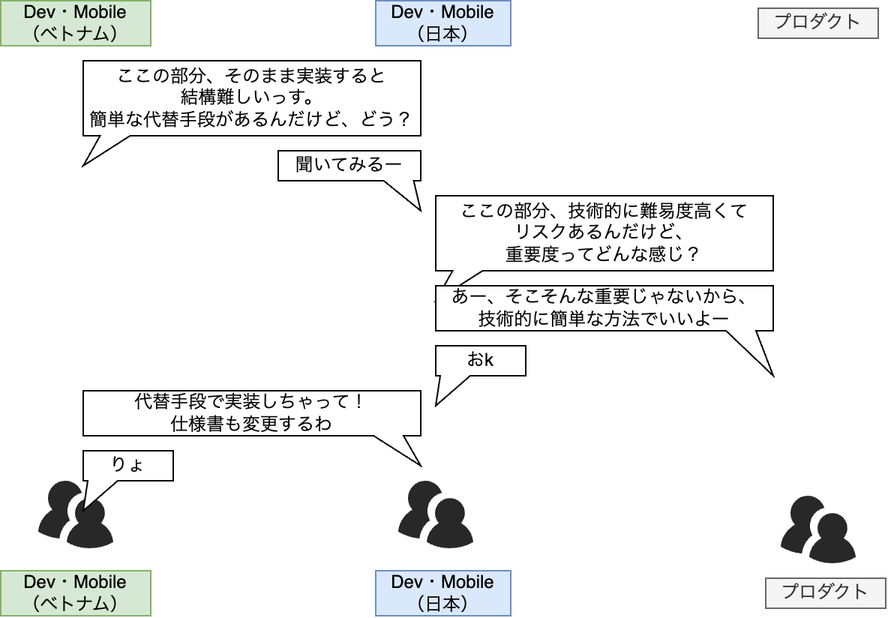
Above: images/continuous-delivery-by-multinational-team/feedback-by-development-team.png in shotaIDE/zenn (draw.io), before the change. Source tidied: cells renumbered, new cells last; positions are measured from the earlier drawing's top-left corner, leaving out a move shared by most shapes. The source it was exported from:
```xml
<mxGraphModel>
  <root>
    <mxCell id="0" />
    <mxCell id="1" parent="0" />
    <mxCell id="2" style="verticalLabelPosition=bottom;sketch=0;html=1;fillColor=#282828;strokeColor=none;verticalAlign=top;align=center;shape=mxgraph.cisco_safe.people_places_things_icons.icon9;" parent="1" vertex="1">
      <mxGeometry x="265" y="320" width="50" height="45" as="geometry" />
    </mxCell>
    <mxCell id="3" style="verticalLabelPosition=bottom;sketch=0;html=1;fillColor=#282828;strokeColor=none;verticalAlign=top;align=center;shape=mxgraph.cisco_safe.people_places_things_icons.icon9;" parent="1" vertex="1">
      <mxGeometry x="520" y="330" width="50" height="45" as="geometry" />
    </mxCell>
    <mxCell id="4" value="ここの部分、技術的に難易度高くて&lt;br&gt;リスクあるんだけど、&lt;br&gt;重要度ってどんな感じ？" style="shape=callout;whiteSpace=wrap;html=1;perimeter=calloutPerimeter;position2=0;size=20;position=0.05;" parent="1" vertex="1">
      <mxGeometry x="290" y="130" width="225" height="70" as="geometry" />
    </mxCell>
    <mxCell id="5" value="あー、そこそんな重要じゃないから、&lt;br&gt;技術的に簡単な方法でいいよー" style="shape=callout;whiteSpace=wrap;html=1;perimeter=calloutPerimeter;size=30;position=0.86;position2=1;" parent="1" vertex="1">
      <mxGeometry x="290" y="190" width="225" height="60" as="geometry" />
    </mxCell>
    <mxCell id="6" value="おk" style="shape=callout;whiteSpace=wrap;html=1;perimeter=calloutPerimeter;position2=0;size=20;position=0.05;" parent="1" vertex="1">
      <mxGeometry x="290" y="230" width="60" height="40" as="geometry" />
    </mxCell>
    <mxCell id="7" value="Dev・Mobile&lt;br&gt;（日本）" style="rounded=0;whiteSpace=wrap;html=1;fillColor=#dae8fc;strokeColor=#6c8ebf;" parent="1" vertex="1">
      <mxGeometry x="250" y="380" width="90" height="30" as="geometry" />
    </mxCell>
    <mxCell id="8" value="プロダクト" style="rounded=0;whiteSpace=wrap;html=1;fillColor=#f5f5f5;strokeColor=#666666;fontColor=#333333;" parent="1" vertex="1">
      <mxGeometry x="510" y="385" width="80" height="20" as="geometry" />
    </mxCell>
    <mxCell id="9" style="verticalLabelPosition=bottom;sketch=0;html=1;fillColor=#282828;strokeColor=none;verticalAlign=top;align=center;shape=mxgraph.cisco_safe.people_places_things_icons.icon9;" parent="1" vertex="1">
      <mxGeometry x="25" y="320" width="50" height="45" as="geometry" />
    </mxCell>
    <mxCell id="10" value="Dev・Mobile&lt;br&gt;（ベトナム）" style="rounded=0;whiteSpace=wrap;html=1;fillColor=#d5e8d4;strokeColor=#82b366;" parent="1" vertex="1">
      <mxGeometry y="380" width="100" height="30" as="geometry" />
    </mxCell>
    <mxCell id="11" value="ここの部分、そのまま実装すると&lt;br&gt;結構難しいっす。&lt;br&gt;簡単な代替手段があるんだけど、どう？" style="shape=callout;whiteSpace=wrap;html=1;perimeter=calloutPerimeter;position2=0;size=20;position=0.05;" parent="1" vertex="1">
      <mxGeometry x="55" y="40" width="225" height="70" as="geometry" />
    </mxCell>
    <mxCell id="12" value="代替手段で実装しちゃって！&lt;br&gt;仕様書も変更するわ" style="shape=callout;whiteSpace=wrap;html=1;perimeter=calloutPerimeter;position2=1;size=20;position=0.86;" parent="1" vertex="1">
      <mxGeometry x="55" y="260" width="225" height="50" as="geometry" />
    </mxCell>
    <mxCell id="13" value="聞いてみるー" style="shape=callout;whiteSpace=wrap;html=1;perimeter=calloutPerimeter;position2=1;size=20;position=0.74;" parent="1" vertex="1">
      <mxGeometry x="185" y="100" width="95" height="40" as="geometry" />
    </mxCell>
    <mxCell id="14" value="りょ" style="shape=callout;whiteSpace=wrap;html=1;perimeter=calloutPerimeter;position2=0;size=20;position=0.05;" parent="1" vertex="1">
      <mxGeometry x="55" y="300" width="60" height="40" as="geometry" />
    </mxCell>
    <mxCell id="15" value="Dev・Mobile&lt;br&gt;（ベトナム）" style="rounded=0;whiteSpace=wrap;html=1;fillColor=#d5e8d4;strokeColor=#82b366;" parent="1" vertex="1">
      <mxGeometry width="100" height="30" as="geometry" />
    </mxCell>
    <mxCell id="16" value="Dev・Mobile&lt;br&gt;（日本）" style="rounded=0;whiteSpace=wrap;html=1;fillColor=#dae8fc;strokeColor=#6c8ebf;" parent="1" vertex="1">
      <mxGeometry x="250" width="90" height="30" as="geometry" />
    </mxCell>
    <mxCell id="17" value="プロダクト" style="rounded=0;whiteSpace=wrap;html=1;fillColor=#f5f5f5;strokeColor=#666666;fontColor=#333333;" parent="1" vertex="1">
      <mxGeometry x="505" y="5" width="80" height="20" as="geometry" />
    </mxCell>
  </root>
</mxGraphModel>
```
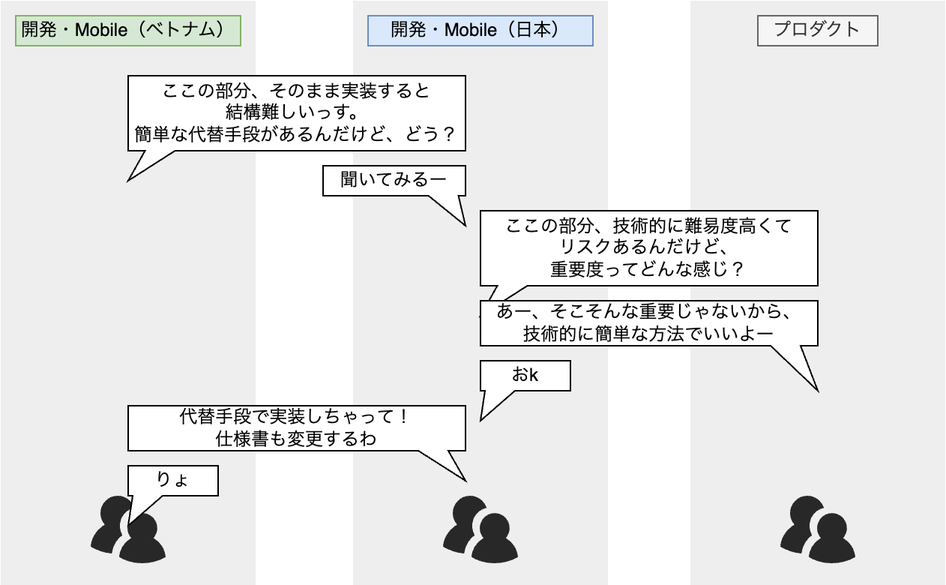
After the commit.

The edit, as a diff of the source:
```diff
@@ -2,11 +2,20 @@
   <root>
     <mxCell id="0" />
     <mxCell id="1" parent="0" />
+    <mxCell id="18" style="rounded=0;whiteSpace=wrap;html=1;fillColor=#eeeeee;strokeColor=none;" parent="1" vertex="1">
+      <mxGeometry x="430" y="-10" width="170" height="390" as="geometry" />
+    </mxCell>
+    <mxCell id="19" style="rounded=0;whiteSpace=wrap;html=1;fillColor=#eeeeee;strokeColor=none;" parent="1" vertex="1">
+      <mxGeometry x="205" y="-10" width="170" height="390" as="geometry" />
+    </mxCell>
+    <mxCell id="20" style="rounded=0;whiteSpace=wrap;html=1;fillColor=#eeeeee;strokeColor=none;" parent="1" vertex="1">
+      <mxGeometry x="-30" y="-10" width="170" height="390" as="geometry" />
+    </mxCell>
     <mxCell id="2" style="verticalLabelPosition=bottom;sketch=0;html=1;fillColor=#282828;strokeColor=none;verticalAlign=top;align=center;shape=mxgraph.cisco_safe.people_places_things_icons.icon9;" parent="1" vertex="1">
       <mxGeometry x="265" y="320" width="50" height="45" as="geometry" />
     </mxCell>
     <mxCell id="3" style="verticalLabelPosition=bottom;sketch=0;html=1;fillColor=#282828;strokeColor=none;verticalAlign=top;align=center;shape=mxgraph.cisco_safe.people_places_things_icons.icon9;" parent="1" vertex="1">
-      <mxGeometry x="520" y="330" width="50" height="45" as="geometry" />
+      <mxGeometry x="490" y="320" width="50" height="45" as="geometry" />
     </mxCell>
     <mxCell id="4" value="ここの部分、技術的に難易度高くて&lt;br&gt;リスクあるんだけど、&lt;br&gt;重要度ってどんな感じ？" style="shape=callout;whiteSpace=wrap;html=1;perimeter=calloutPerimeter;position2=0;size=20;position=0.05;" parent="1" vertex="1">
       <mxGeometry x="290" y="130" width="225" height="70" as="geometry" />
@@ -17,18 +26,9 @@
     <mxCell id="6" value="おk" style="shape=callout;whiteSpace=wrap;html=1;perimeter=calloutPerimeter;position2=0;size=20;position=0.05;" parent="1" vertex="1">
       <mxGeometry x="290" y="230" width="60" height="40" as="geometry" />
     </mxCell>
-    <mxCell id="7" value="Dev・Mobile&lt;br&gt;（日本）" style="rounded=0;whiteSpace=wrap;html=1;fillColor=#dae8fc;strokeColor=#6c8ebf;" parent="1" vertex="1">
-      <mxGeometry x="250" y="380" width="90" height="30" as="geometry" />
-    </mxCell>
-    <mxCell id="8" value="プロダクト" style="rounded=0;whiteSpace=wrap;html=1;fillColor=#f5f5f5;strokeColor=#666666;fontColor=#333333;" parent="1" vertex="1">
-      <mxGeometry x="510" y="385" width="80" height="20" as="geometry" />
-    </mxCell>
     <mxCell id="9" style="verticalLabelPosition=bottom;sketch=0;html=1;fillColor=#282828;strokeColor=none;verticalAlign=top;align=center;shape=mxgraph.cisco_safe.people_places_things_icons.icon9;" parent="1" vertex="1">
-      <mxGeometry x="25" y="320" width="50" height="45" as="geometry" />
+      <mxGeometry x="30" y="320" width="50" height="45" as="geometry" />
     </mxCell>
-    <mxCell id="10" value="Dev・Mobile&lt;br&gt;（ベトナム）" style="rounded=0;whiteSpace=wrap;html=1;fillColor=#d5e8d4;strokeColor=#82b366;" parent="1" vertex="1">
-      <mxGeometry y="380" width="100" height="30" as="geometry" />
-    </mxCell>
     <mxCell id="11" value="ここの部分、そのまま実装すると&lt;br&gt;結構難しいっす。&lt;br&gt;簡単な代替手段があるんだけど、どう？" style="shape=callout;whiteSpace=wrap;html=1;perimeter=calloutPerimeter;position2=0;size=20;position=0.05;" parent="1" vertex="1">
       <mxGeometry x="55" y="40" width="225" height="70" as="geometry" />
     </mxCell>
@@ -41,14 +41,14 @@
     <mxCell id="14" value="りょ" style="shape=callout;whiteSpace=wrap;html=1;perimeter=calloutPerimeter;position2=0;size=20;position=0.05;" parent="1" vertex="1">
       <mxGeometry x="55" y="300" width="60" height="40" as="geometry" />
     </mxCell>
-    <mxCell id="15" value="Dev・Mobile&lt;br&gt;（ベトナム）" style="rounded=0;whiteSpace=wrap;html=1;fillColor=#d5e8d4;strokeColor=#82b366;" parent="1" vertex="1">
-      <mxGeometry width="100" height="30" as="geometry" />
+    <mxCell id="15" value="開発・Mobile（ベトナム）" style="rounded=0;whiteSpace=wrap;html=1;fillColor=#d5e8d4;strokeColor=#82b366;" parent="1" vertex="1">
+      <mxGeometry x="-20" width="150" height="20" as="geometry" />
     </mxCell>
-    <mxCell id="16" value="Dev・Mobile&lt;br&gt;（日本）" style="rounded=0;whiteSpace=wrap;html=1;fillColor=#dae8fc;strokeColor=#6c8ebf;" parent="1" vertex="1">
-      <mxGeometry x="250" width="90" height="30" as="geometry" />
+    <mxCell id="16" value="開発・Mobile（日本）" style="rounded=0;whiteSpace=wrap;html=1;fillColor=#dae8fc;strokeColor=#6c8ebf;" parent="1" vertex="1">
+      <mxGeometry x="215" width="150" height="20" as="geometry" />
     </mxCell>
     <mxCell id="17" value="プロダクト" style="rounded=0;whiteSpace=wrap;html=1;fillColor=#f5f5f5;strokeColor=#666666;fontColor=#333333;" parent="1" vertex="1">
-      <mxGeometry x="505" y="5" width="80" height="20" as="geometry" />
+      <mxGeometry x="475" width="80" height="20" as="geometry" />
     </mxCell>
   </root>
 </mxGraphModel>
```
